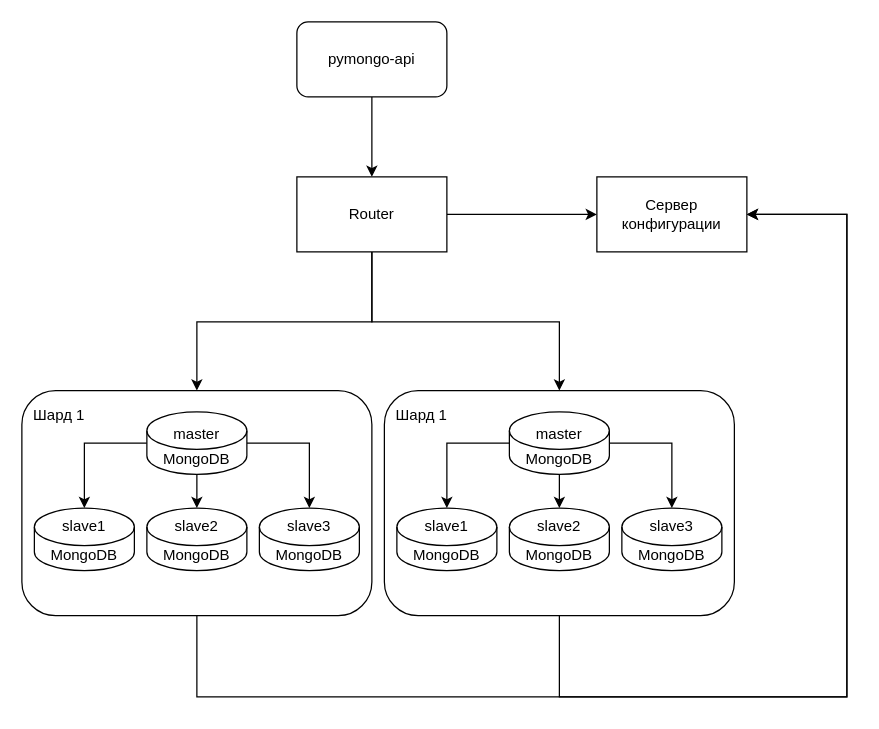
Earlier version of the draw.io diagram page "2. Репликация" (2 of 5) of task1.drawio (drda3x/architechture-sprint-2). Source tidied: cells renumbered, new cells numbered last; positions are measured from the earlier drawing's top-left corner, leaving out a move shared by most shapes. Both pictures are drawn from the tidied source at 125%, with x=0, y=0 at pixel (21, 21).
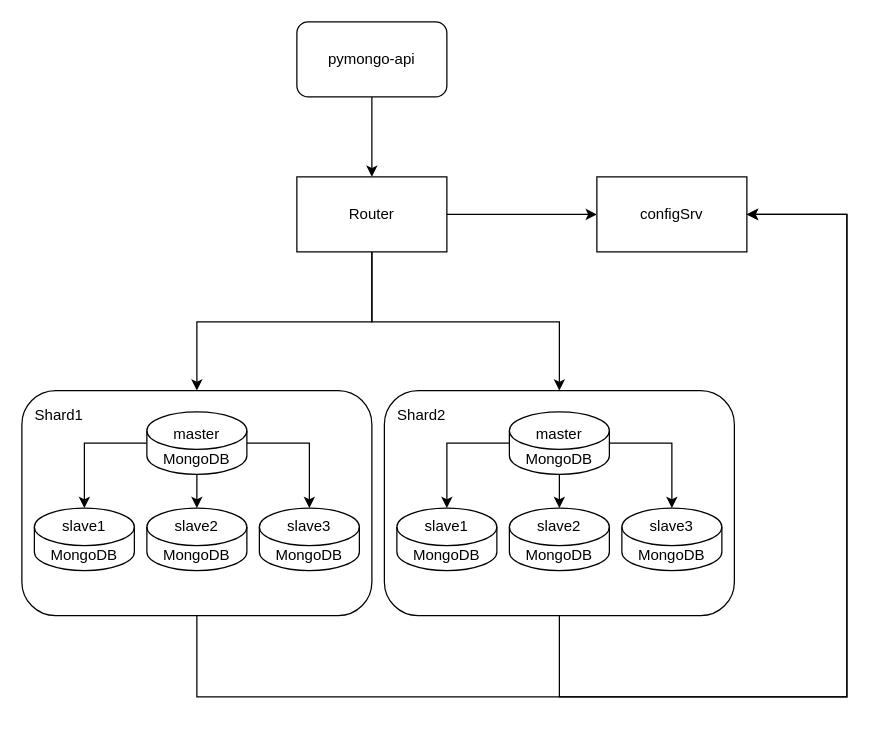
After the change.

What changed in the source:
```diff
@@
-    <mxCell id="8" value="Сервер конфигурации" style="rounded=0;whiteSpace=wrap;html=1;" parent="1" vertex="1">
+    <mxCell id="8" value="configSrv" style="rounded=0;whiteSpace=wrap;html=1;" parent="1" vertex="1">
       <mxGeometry x="460" y="124" width="120" height="60" as="geometry" />
     </mxCell>
@@
-    <mxCell id="22" value="Шард 1" style="text;html=1;align=center;verticalAlign=middle;whiteSpace=wrap;rounded=0;" parent="1" vertex="1">
+    <mxCell id="22" value="Shard1" style="text;html=1;align=center;verticalAlign=middle;whiteSpace=wrap;rounded=0;" parent="1" vertex="1">
       <mxGeometry y="300" width="60" height="30" as="geometry" />
     </mxCell>
@@
-    <mxCell id="36" value="Шард 1" style="text;html=1;align=center;verticalAlign=middle;whiteSpace=wrap;rounded=0;" parent="1" vertex="1">
+    <mxCell id="36" value="Shard2" style="text;html=1;align=center;verticalAlign=middle;whiteSpace=wrap;rounded=0;" parent="1" vertex="1">
       <mxGeometry x="290" y="300" width="60" height="30" as="geometry" />
     </mxCell>
```
